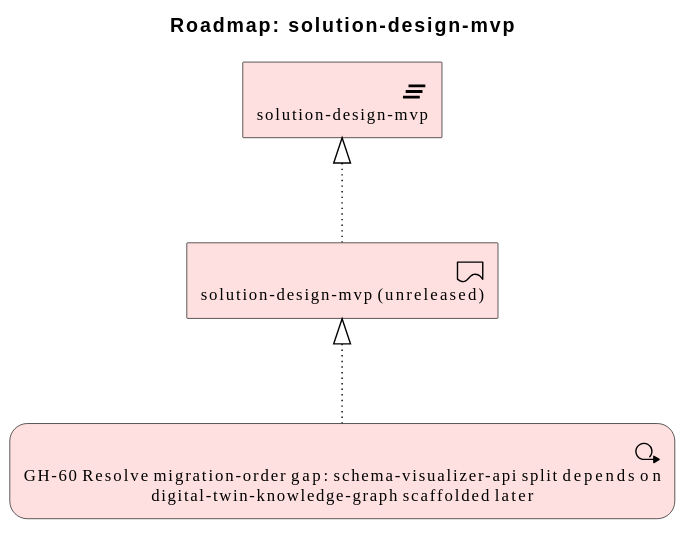
Earlier version of the PlantUML export architecture/model/diagrams/migration/plat-solution-design-mvp-8.svg (wolffy-au/frictionless-architect).
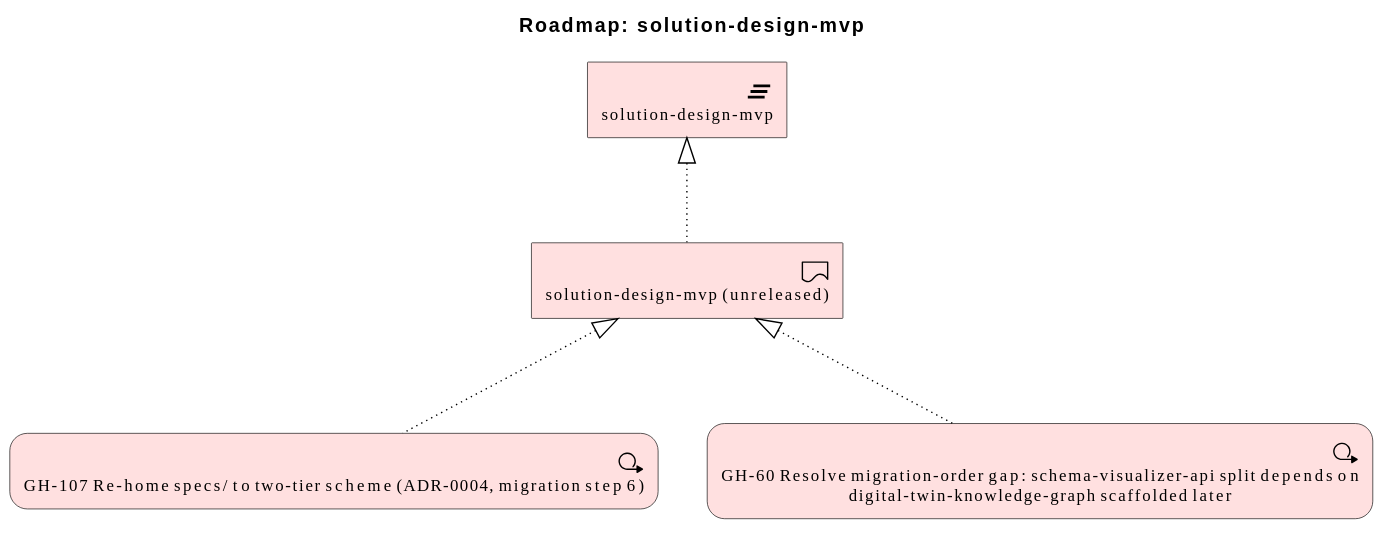
After the commit.

Diff of the diagram source:
```diff
@@ -5,8 +5,10 @@
 
 Implementation_Deliverable(e_id664b1e75548f5b, "solution-design-mvp (unreleased)")
 Implementation_Plateau(e_id2465dc90ecdc5f, "solution-design-mvp")
+Implementation_WorkPackage(e_id3e99ac1ff48453, "GH-107 Re-home specs/ to two-tier scheme (ADR-0004, migration step 6)")
 Implementation_WorkPackage(e_id24e4227880f657, "GH-60 Resolve migration-order gap: schema-visualizer-api split depends on digital-twin-knowledge-graph scaffolded later")
 
 Rel_Realization_Up(e_id664b1e75548f5b, e_id2465dc90ecdc5f, "")
+Rel_Realization_Up(e_id3e99ac1ff48453, e_id664b1e75548f5b, "")
 Rel_Realization_Up(e_id24e4227880f657, e_id664b1e75548f5b, "")
 @enduml
```
